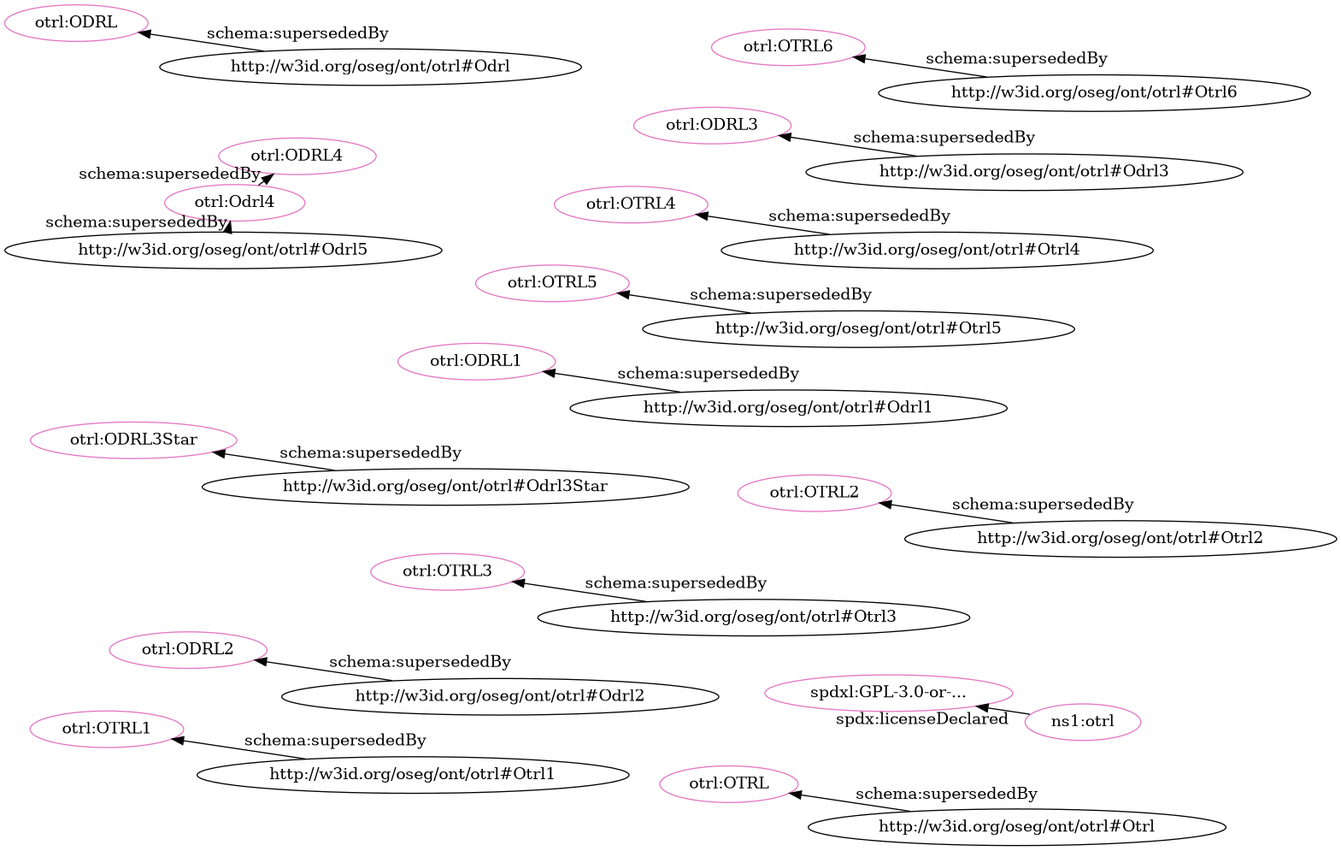
The Graphviz diagram src/spec/dot_otrl_deprecated-clean.png in iop-alliance/OpenKnowHow, before a commit. Its source is kept beside it as src/spec/dot_otrl_deprecated-clean.dot.
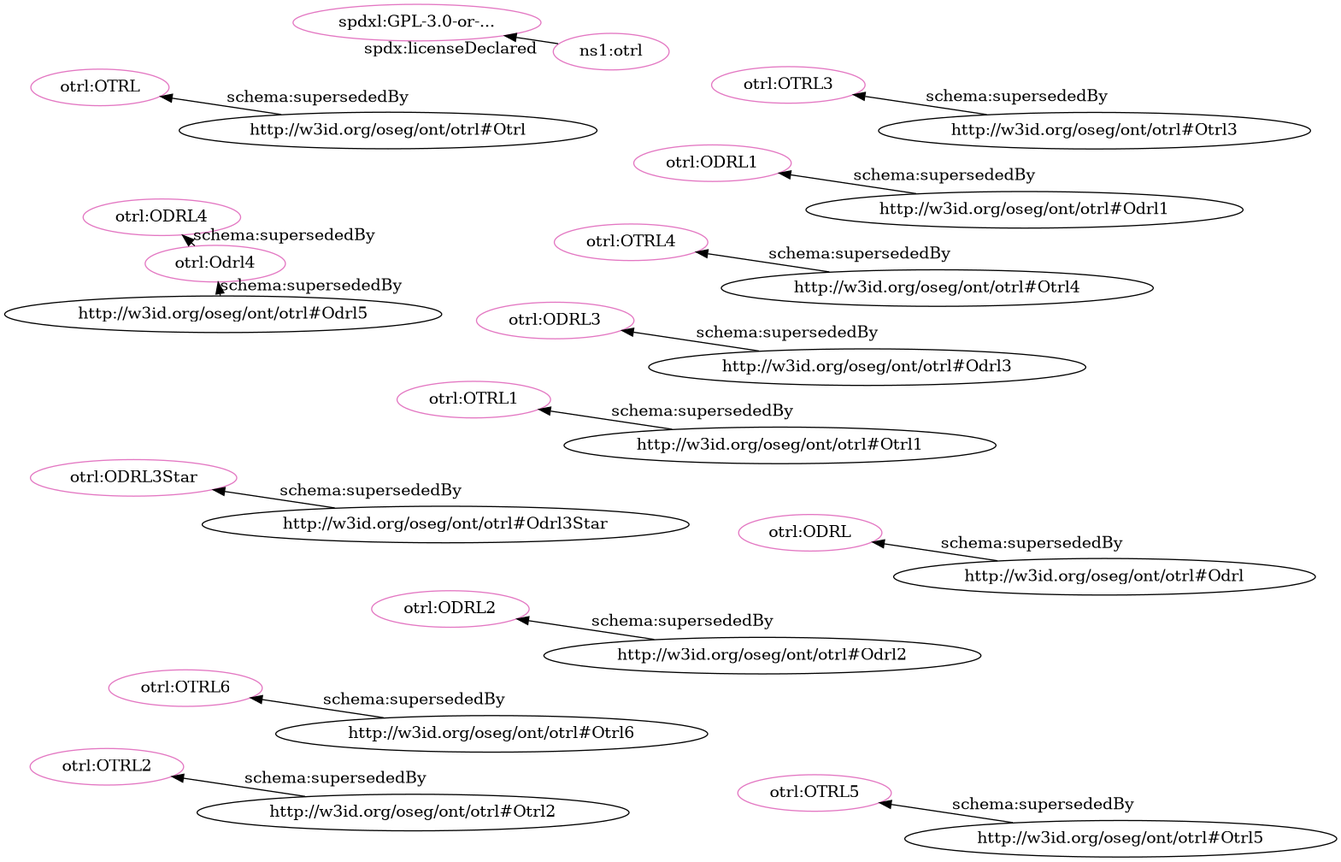
After the change.

What changed in the source:
```diff
@@ -1,35 +1,35 @@
 digraph G {
   rankdir=BT
   node[height=.3]
-"http://w3id.org/oseg/ont/otrl#ODRL1" [fillcolor="#e377c2" color="#e377c2" label="otrl:ODRL1"]
-"http://w3id.org/oseg/ont/otrl#OTRL5" [fillcolor="#e377c2" color="#e377c2" label="otrl:OTRL5"]
-"http://w3id.org/oseg/ont/otrl#OTRL3" [fillcolor="#e377c2" color="#e377c2" label="otrl:OTRL3"]
-"http://w3id.org/oseg/ont/otrl#OTRL4" [fillcolor="#e377c2" color="#e377c2" label="otrl:OTRL4"]
-"http://w3id.org/oseg/ont/otrl#Odrl4" [fillcolor="#e377c2" color="#e377c2" label="otrl:Odrl4"]
+"http://w3id.org/oseg/ont/otrl#OTRL1" [fillcolor="#e377c2" color="#e377c2" label="otrl:OTRL1"]
 "http://w3id.org/oseg/ont/otrl#ODRL3" [fillcolor="#e377c2" color="#e377c2" label="otrl:ODRL3"]
 "http://w3id.org/oseg/ont/otrl#ODRL4" [fillcolor="#e377c2" color="#e377c2" label="otrl:ODRL4"]
 "http://w3id.org/oseg/ont/otrl#ODRL2" [fillcolor="#e377c2" color="#e377c2" label="otrl:ODRL2"]
+"http://w3id.org/oseg/ont/otrl#OTRL4" [fillcolor="#e377c2" color="#e377c2" label="otrl:OTRL4"]
+"http://w3id.org/oseg/ont/otrl#ODRL1" [fillcolor="#e377c2" color="#e377c2" label="otrl:ODRL1"]
 "http://w3id.org/oseg/ont/otrl#OTRL6" [fillcolor="#e377c2" color="#e377c2" label="otrl:OTRL6"]
+"http://spdx.org/licenses/GPL-3.0-or-later" [fillcolor="#e377c2" color="#e377c2" label="spdxl:GPL-3.0-or-..."]
+"http://w3id.org/oseg/ont/otrl#OTRL3" [fillcolor="#e377c2" color="#e377c2" label="otrl:OTRL3"]
+"http://w3id.org/oseg/ont/otrl#ODRL3Star" [fillcolor="#e377c2" color="#e377c2" label="otrl:ODRL3Star"]
+"http://w3id.org/oseg/ont/otrl#OTRL2" [fillcolor="#e377c2" color="#e377c2" label="otrl:OTRL2"]
+"http://w3id.org/oseg/ont/otrl" [fillcolor="#e377c2" color="#e377c2" label="ns1:otrl"]
+"http://w3id.org/oseg/ont/otrl#ODRL" [fillcolor="#e377c2" color="#e377c2" label="otrl:ODRL"]
+"http://w3id.org/oseg/ont/otrl#Odrl4" [fillcolor="#e377c2" color="#e377c2" label="otrl:Odrl4"]
+"http://w3id.org/oseg/ont/otrl#OTRL5" [fillcolor="#e377c2" color="#e377c2" label="otrl:OTRL5"]
 "http://w3id.org/oseg/ont/otrl#OTRL" [fillcolor="#e377c2" color="#e377c2" label="otrl:OTRL"]
-"http://spdx.org/licenses/GPL-3.0-or-later" [fillcolor="#e377c2" color="#e377c2" label="spdxl:GPL-3.0-or-..."]
-"http://w3id.org/oseg/ont/otrl#OTRL1" [fillcolor="#e377c2" color="#e377c2" label="otrl:OTRL1"]
-"http://w3id.org/oseg/ont/otrl#ODRL3Star" [fillcolor="#e377c2" color="#e377c2" label="otrl:ODRL3Star"]
-"http://w3id.org/oseg/ont/otrl" [fillcolor="#e377c2" color="#e377c2" label="ns1:otrl"]
-"http://w3id.org/oseg/ont/otrl#OTRL2" [fillcolor="#e377c2" color="#e377c2" label="otrl:OTRL2"]
-"http://w3id.org/oseg/ont/otrl#ODRL" [fillcolor="#e377c2" color="#e377c2" label="otrl:ODRL"]
-  "http://w3id.org/oseg/ont/otrl#Odrl1" -> "http://w3id.org/oseg/ont/otrl#ODRL1" [label="schema:supersededBy"]
-  "http://w3id.org/oseg/ont/otrl#Otrl5" -> "http://w3id.org/oseg/ont/otrl#OTRL5" [label="schema:supersededBy"]
-  "http://w3id.org/oseg/ont/otrl#Otrl3" -> "http://w3id.org/oseg/ont/otrl#OTRL3" [label="schema:supersededBy"]
-  "http://w3id.org/oseg/ont/otrl#Otrl4" -> "http://w3id.org/oseg/ont/otrl#OTRL4" [label="schema:supersededBy"]
-  "http://w3id.org/oseg/ont/otrl#Odrl5" -> "http://w3id.org/oseg/ont/otrl#Odrl4" [label="schema:supersededBy"]
+  "http://w3id.org/oseg/ont/otrl#Otrl1" -> "http://w3id.org/oseg/ont/otrl#OTRL1" [label="schema:supersededBy"]
   "http://w3id.org/oseg/ont/otrl#Odrl3" -> "http://w3id.org/oseg/ont/otrl#ODRL3" [label="schema:supersededBy"]
   "http://w3id.org/oseg/ont/otrl#Odrl4" -> "http://w3id.org/oseg/ont/otrl#ODRL4" [label="schema:supersededBy"]
   "http://w3id.org/oseg/ont/otrl#Odrl2" -> "http://w3id.org/oseg/ont/otrl#ODRL2" [label="schema:supersededBy"]
+  "http://w3id.org/oseg/ont/otrl#Otrl4" -> "http://w3id.org/oseg/ont/otrl#OTRL4" [label="schema:supersededBy"]
+  "http://w3id.org/oseg/ont/otrl#Odrl1" -> "http://w3id.org/oseg/ont/otrl#ODRL1" [label="schema:supersededBy"]
   "http://w3id.org/oseg/ont/otrl#Otrl6" -> "http://w3id.org/oseg/ont/otrl#OTRL6" [label="schema:supersededBy"]
-  "http://w3id.org/oseg/ont/otrl#Odrl" -> "http://w3id.org/oseg/ont/otrl#ODRL" [label="schema:supersededBy"]
-  "http://w3id.org/oseg/ont/otrl#Otrl" -> "http://w3id.org/oseg/ont/otrl#OTRL" [label="schema:supersededBy"]
+  "http://w3id.org/oseg/ont/otrl#Otrl3" -> "http://w3id.org/oseg/ont/otrl#OTRL3" [label="schema:supersededBy"]
   "http://w3id.org/oseg/ont/otrl" -> "http://spdx.org/licenses/GPL-3.0-or-later" [label="spdx:licenseDeclared"]
-  "http://w3id.org/oseg/ont/otrl#Otrl1" -> "http://w3id.org/oseg/ont/otrl#OTRL1" [label="schema:supersededBy"]
   "http://w3id.org/oseg/ont/otrl#Odrl3Star" -> "http://w3id.org/oseg/ont/otrl#ODRL3Star" [label="schema:supersededBy"]
   "http://w3id.org/oseg/ont/otrl#Otrl2" -> "http://w3id.org/oseg/ont/otrl#OTRL2" [label="schema:supersededBy"]
+  "http://w3id.org/oseg/ont/otrl#Odrl" -> "http://w3id.org/oseg/ont/otrl#ODRL" [label="schema:supersededBy"]
+  "http://w3id.org/oseg/ont/otrl#Odrl5" -> "http://w3id.org/oseg/ont/otrl#Odrl4" [label="schema:supersededBy"]
+  "http://w3id.org/oseg/ont/otrl#Otrl5" -> "http://w3id.org/oseg/ont/otrl#OTRL5" [label="schema:supersededBy"]
+  "http://w3id.org/oseg/ont/otrl#Otrl" -> "http://w3id.org/oseg/ont/otrl#OTRL" [label="schema:supersededBy"]
 }
```
